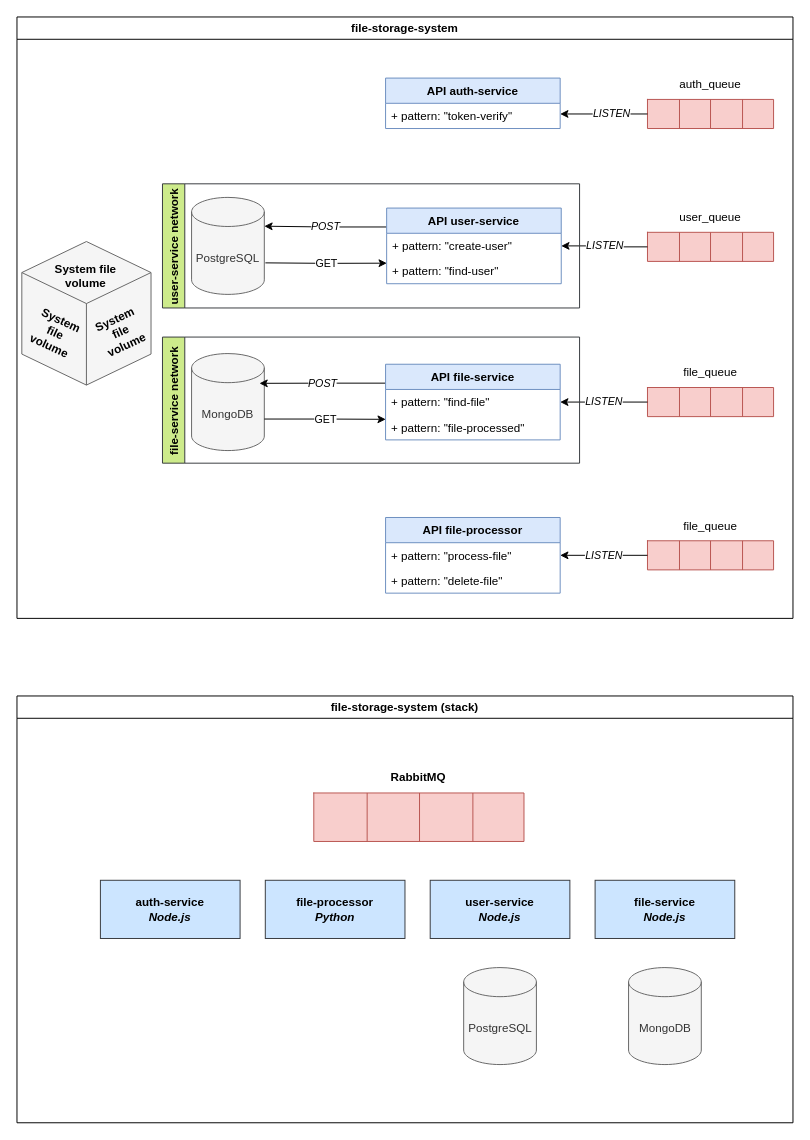
Above: docs/draft/system.drawio in BartekCK/file-storage-system (draw.io), before the change. Source tidied: cells renumbered, new cells numbered last; positions are measured from the earlier drawing's top-left corner, leaving out a move shared by most shapes. Both pictures are drawn from the tidied source at 97%, with x=0, y=0 at pixel (16, 16).
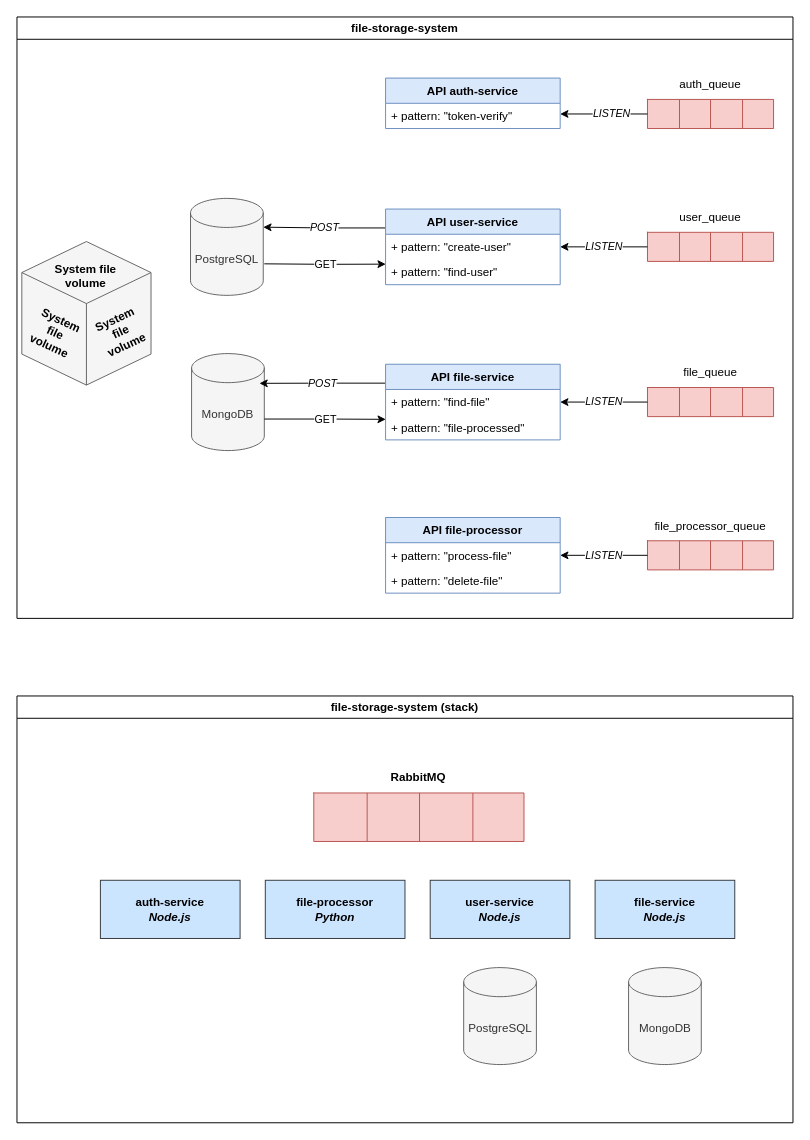
Above is the later version.

Unchanged cells that the change refers to:
```xml
<mxCell id="2" value="file-storage-system" style="swimlane;" parent="1" vertex="1">
  <mxGeometry width="800" height="620" as="geometry" />
</mxCell>
<mxCell id="55" value="+ pattern: &quot;find-user&quot;" style="text;strokeColor=none;fillColor=none;align=left;verticalAlign=top;spacingLeft=4;spacingRight=4;overflow=hidden;points=[[0,0.5],[1,0.5]];portConstraint=eastwest;" parent="53" vertex="1">
  <mxGeometry y="52" width="180" height="26" as="geometry" />
</mxCell>
```

Change to the diagram source:
```diff
@@
-    <mxCell id="49" value="file_queue" style="text;html=1;strokeColor=none;fillColor=none;align=center;verticalAlign=middle;whiteSpace=wrap;rounded=0;" parent="2" vertex="1">
+    <mxCell id="49" value="file_processor_queue" style="text;html=1;strokeColor=none;fillColor=none;align=center;verticalAlign=middle;whiteSpace=wrap;rounded=0;" parent="2" vertex="1">
       <mxGeometry x="685" y="510" width="60" height="30" as="geometry" />
     </mxCell>
@@
-    <mxCell id="51" value="user-service network" style="swimlane;horizontal=0;glass=0;sketch=0;labelBackgroundColor=none;fillColor=#cdeb8b;strokeColor=#36393d;" parent="2" vertex="1">
-      <mxGeometry x="150" y="172" width="430" height="128" as="geometry" />
-    </mxCell>
-    <mxCell id="52" value="&lt;i&gt;POST&lt;/i&gt;" style="edgeStyle=orthogonalEdgeStyle;rounded=0;jettySize=auto;html=1;exitX=0;exitY=0.25;exitDx=0;exitDy=0;entryX=0.985;entryY=0.297;entryDx=0;entryDy=0;entryPerimeter=0;" parent="51" edge="1" source="53">
+    <mxCell id="52" value="&lt;i&gt;POST&lt;/i&gt;" style="edgeStyle=orthogonalEdgeStyle;rounded=0;jettySize=auto;html=1;exitX=0;exitY=0.25;exitDx=0;exitDy=0;entryX=0.985;entryY=0.297;entryDx=0;entryDy=0;entryPerimeter=0;" parent="2" edge="1" source="53">
       <mxGeometry relative="1" as="geometry">
-        <mxPoint x="105" y="43.7" as="targetPoint" />
+        <mxPoint x="253.9" y="216.7" as="targetPoint" />
       </mxGeometry>
     </mxCell>
-    <mxCell id="53" value="API user-service" style="swimlane;fontStyle=1;align=center;verticalAlign=top;horizontal=1;startSize=26;fillColor=#dae8fc;strokeColor=#6c8ebf;" parent="51" vertex="1">
-      <mxGeometry x="231.1" y="25" width="180" height="78" as="geometry" />
+    <mxCell id="53" value="API user-service" style="swimlane;fontStyle=1;align=center;verticalAlign=top;horizontal=1;startSize=26;fillColor=#dae8fc;strokeColor=#6c8ebf;" parent="2" vertex="1">
+      <mxGeometry x="380" y="198" width="180" height="78" as="geometry" />
     </mxCell>
@@
-    <mxCell id="56" value="GET" style="edgeStyle=orthogonalEdgeStyle;rounded=0;jettySize=auto;html=1;exitX=1;exitY=0;exitDx=0;exitDy=67.5;exitPerimeter=0;entryX=0.001;entryY=0.185;entryDx=0;entryDy=0;entryPerimeter=0;" parent="51" edge="1" target="55">
+    <mxCell id="56" value="GET" style="edgeStyle=orthogonalEdgeStyle;rounded=0;jettySize=auto;html=1;exitX=1;exitY=0;exitDx=0;exitDy=67.5;exitPerimeter=0;entryX=0.001;entryY=0.185;entryDx=0;entryDy=0;entryPerimeter=0;" parent="2" edge="1" target="55">
       <mxGeometry relative="1" as="geometry">
-        <mxPoint x="106.1" y="81.5" as="sourcePoint" />
+        <mxPoint x="255" y="254.5" as="sourcePoint" />
       </mxGeometry>
     </mxCell>
-    <mxCell id="57" value="PostgreSQL" style="shape=cylinder3;whiteSpace=wrap;html=1;boundedLbl=1;backgroundOutline=1;size=15;fillColor=#f5f5f5;fontColor=#333333;strokeColor=#666666;" parent="51" vertex="1">
-      <mxGeometry x="30" y="14" width="75" height="100" as="geometry" />
+    <mxCell id="57" value="PostgreSQL" style="shape=cylinder3;whiteSpace=wrap;html=1;boundedLbl=1;backgroundOutline=1;size=15;fillColor=#f5f5f5;fontColor=#333333;strokeColor=#666666;" parent="2" vertex="1">
+      <mxGeometry x="178.9" y="187" width="75" height="100" as="geometry" />
     </mxCell>
-    <mxCell id="58" value="file-service network" style="swimlane;horizontal=0;fillColor=#cdeb8b;strokeColor=#36393d;" parent="2" vertex="1">
-      <mxGeometry x="150" y="330" width="430" height="130" as="geometry" />
-    </mxCell>
```
